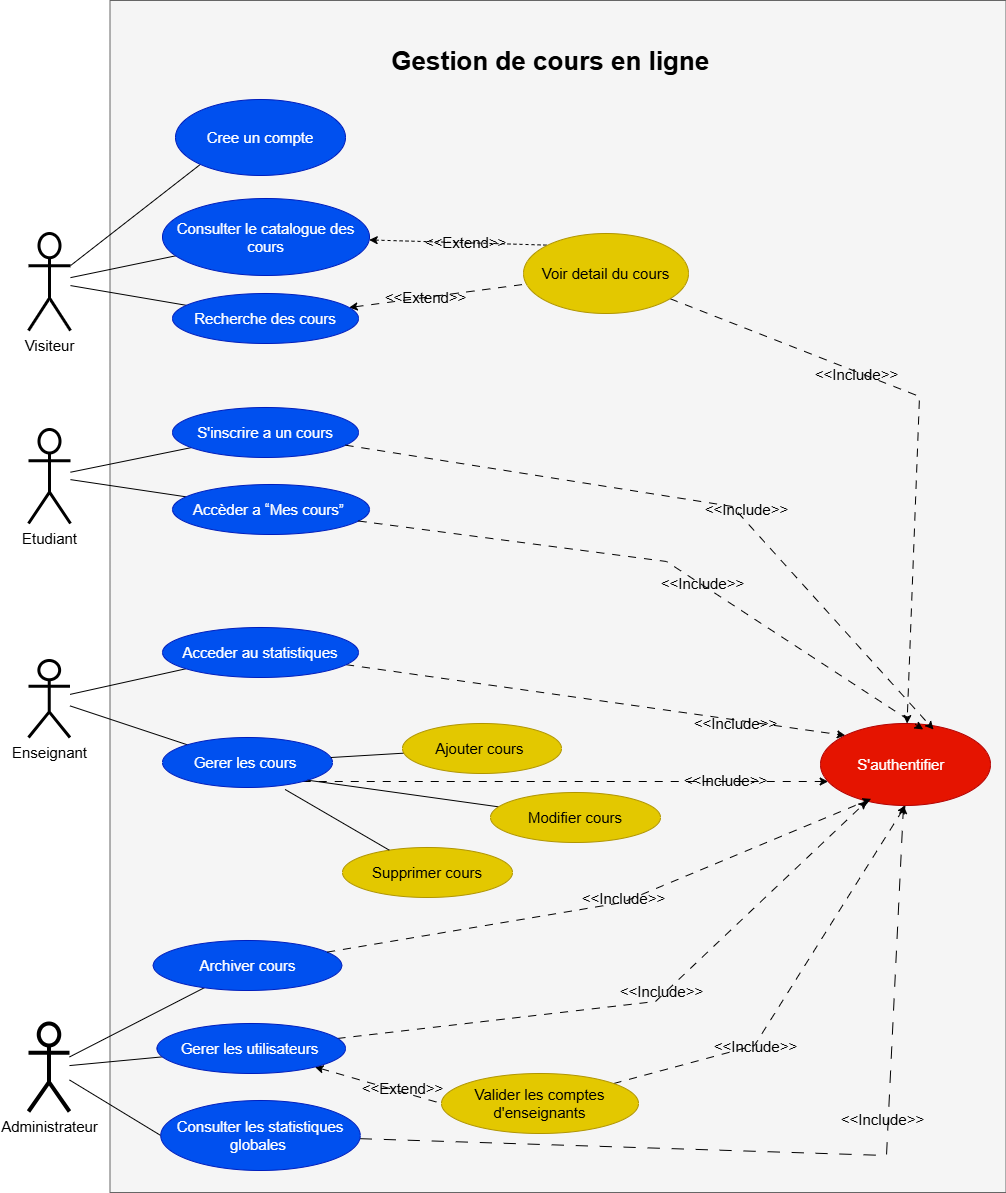
Earlier version of the draw.io export diagramme/Youdemy.drawio.png (houssamlambara/Youdemy). Source tidied: cells renumbered, new cells last; positions are measured from the earlier drawing's top-left corner, leaving out a move shared by most shapes.
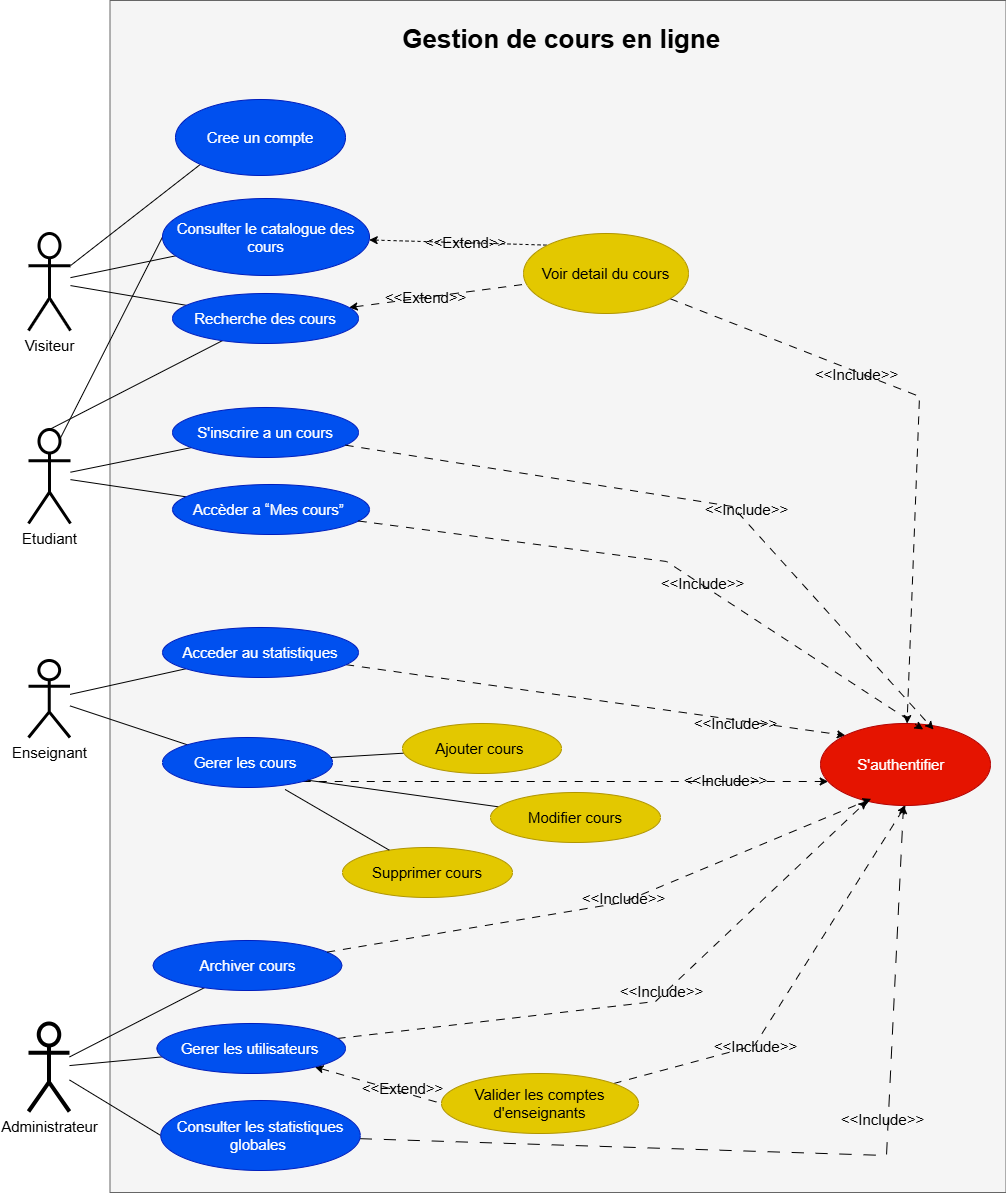
Later version of the same file.

Diff of the diagram source:
```diff
@@ -23,6 +23,12 @@
     <mxCell id="8" style="rounded=0;jettySize=auto;html=1;endArrow=none;endFill=0;" parent="1" edge="1" source="9" target="22">
       <mxGeometry relative="1" as="geometry" />
     </mxCell>
+    <mxCell id="61" style="rounded=0;jettySize=auto;html=1;exitX=0.75;exitY=0.1;exitDx=0;exitDy=0;exitPerimeter=0;entryX=0;entryY=0.5;entryDx=0;entryDy=0;endArrow=none;endFill=0;" parent="1" edge="1" source="9" target="18">
+      <mxGeometry relative="1" as="geometry" />
+    </mxCell>
+    <mxCell id="62" style="rounded=0;jettySize=auto;html=1;exitX=0.5;exitY=0;exitDx=0;exitDy=0;exitPerimeter=0;endArrow=none;endFill=0;" parent="1" edge="1" source="9" target="20">
+      <mxGeometry relative="1" as="geometry" />
+    </mxCell>
     <mxCell id="9" value="&lt;span style=&quot;background-color: light-dark(#ffffff, var(--ge-dark-color, #121212));&quot;&gt;Etudiant&lt;/span&gt;" style="shape=umlActor;verticalLabelPosition=bottom;verticalAlign=top;html=1;outlineConnect=0;fontSize=15;strokeWidth=3;" parent="1" vertex="1">
       <mxGeometry y="429" width="42" height="94" as="geometry" />
     </mxCell>
@@ -173,7 +179,7 @@
     </mxCell>
     <object id="48" label="&lt;h1 style=&quot;box-sizing: border-box; border: 0px solid; --tw-border-spacing-x: 0; --tw-border-spacing-y: 0; --tw-translate-x: 0; --tw-translate-y: 0; --tw-rotate: 0; --tw-skew-x: 0; --tw-skew-y: 0; --tw-scale-x: 1; --tw-scale-y: 1; --tw-pan-x: ; --tw-pan-y: ; --tw-pinch-zoom: ; --tw-scroll-snap-strictness: proximity; --tw-gradient-from-position: ; --tw-gradient-via-position: ; --tw-gradient-to-position: ; --tw-ordinal: ; --tw-slashed-zero: ; --tw-numeric-figure: ; --tw-numeric-spacing: ; --tw-numeric-fraction: ; --tw-ring-inset: ; --tw-ring-offset-width: 0px; --tw-ring-offset-color: light-dark(#fff, #000000); --tw-ring-color: light-dark(rgba(59,130,246,.5), #4c89ec); --tw-ring-offset-shadow: 0 0 #0000; --tw-ring-shadow: 0 0 #0000; --tw-shadow: 0 0 #0000; --tw-shadow-colored: 0 0 #0000; --tw-blur: ; --tw-brightness: ; --tw-contrast: ; --tw-grayscale: ; --tw-hue-rotate: ; --tw-invert: ; --tw-saturate: ; --tw-sepia: ; --tw-drop-shadow: ; --tw-backdrop-blur: ; --tw-backdrop-brightness: ; --tw-backdrop-contrast: ; --tw-backdrop-grayscale: ; --tw-backdrop-hue-rotate: ; --tw-backdrop-invert: ; --tw-backdrop-opacity: ; --tw-backdrop-saturate: ; --tw-backdrop-sepia: ; --tw-contain-size: ; --tw-contain-layout: ; --tw-contain-paint: ; --tw-contain-style: ; margin: 0px; font-family: &amp;quot;Nunito Sans&amp;quot;, sans-serif; line-height: 2rem; color: var(--text-color,#000000); text-align: start;&quot; class=&quot;sc-6a4c5dd9-0 dXTcni&quot;&gt;&lt;font style=&quot;font-size: 26px;&quot;&gt;Gestion de cours en ligne&amp;nbsp;&amp;nbsp;&lt;/font&gt;&lt;/h1&gt;" name="Variable" placeholders="1">
       <mxCell style="text;html=1;strokeColor=none;fillColor=none;align=center;verticalAlign=middle;whiteSpace=wrap;overflow=hidden;" parent="1" vertex="1">
-        <mxGeometry x="253" y="33" width="553" height="55" as="geometry" />
+        <mxGeometry x="264" y="11" width="553" height="55" as="geometry" />
       </mxCell>
     </object>
     <mxCell id="49" style="rounded=0;jettySize=auto;html=1;dashed=1;dashPattern=8 8;" parent="1" edge="1" source="50" target="40">
```
